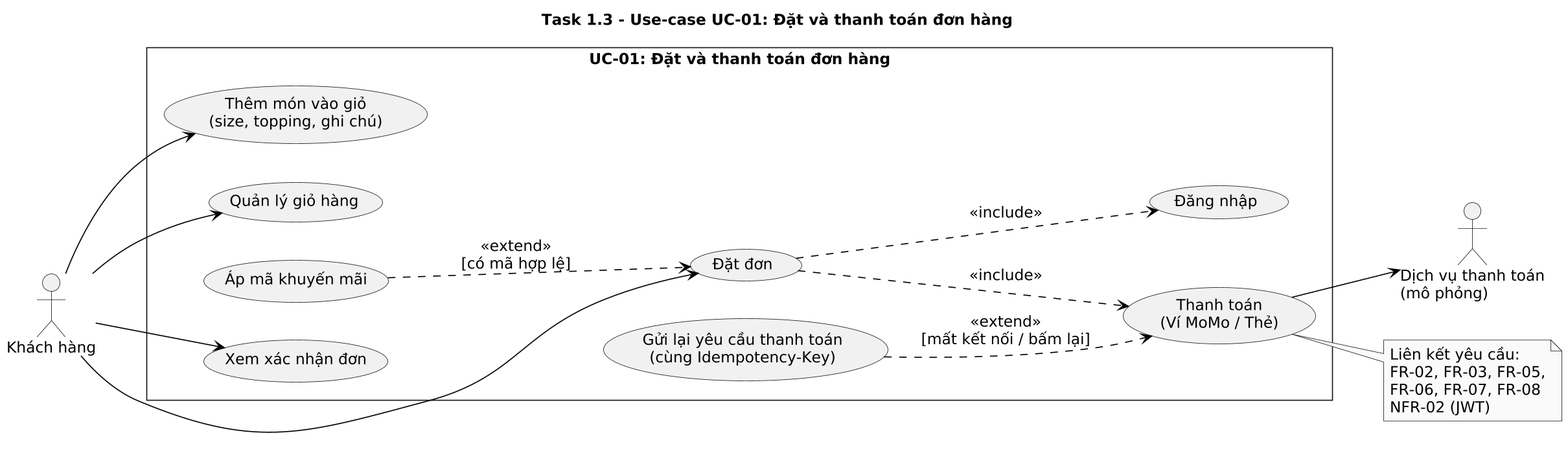
Before: docs/diagrams/Task1_3_UseCase.png, a diagram exported from PlantUML (Bao3Q/PhucLong).
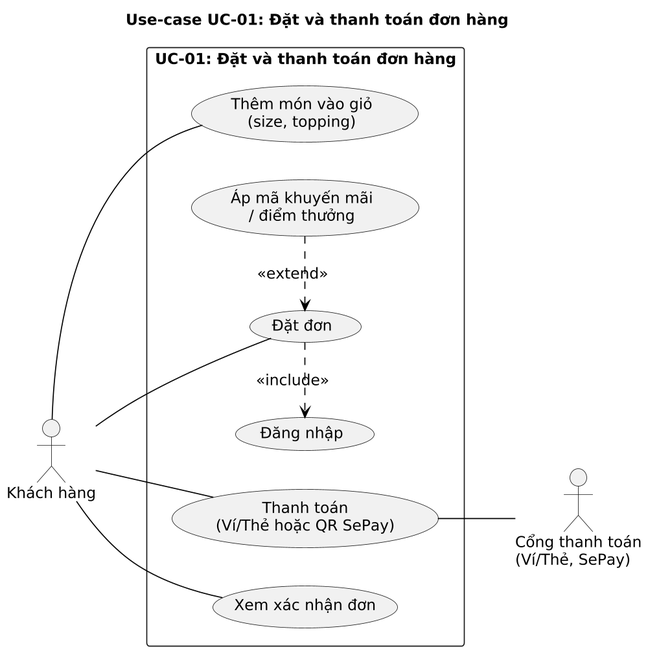
Later version of the same file.

Commit message:
docs: vẽ lại sơ đồ use-case khớp với hệ thống

Change to the diagram source:
```diff
@@ -2,7 +2,6 @@
 skinparam backgroundColor white
 skinparam monochrome true
 skinparam shadowing false
-skinparam roundCorner 0
 skinparam defaultFontName DejaVu Sans
 skinparam defaultFontSize 14
 skinparam ArrowColor black
@@ -10,37 +9,27 @@
 skinparam packageStyle rectangle
 left to right direction
 
-title Task 1.3 - Use-case UC-01: Đặt và thanh toán đơn hàng
+title Use-case UC-01: Đặt và thanh toán đơn hàng
 
 actor "Khách hàng" as KH
-actor "Dịch vụ thanh toán\n(mô phỏng)" as PAY
 
 rectangle "UC-01: Đặt và thanh toán đơn hàng" {
-  usecase "Thêm món vào giỏ\n(size, topping, ghi chú)" as ADD
-  usecase "Quản lý giỏ hàng" as CART
+  usecase "Thêm món vào giỏ\n(size, topping)" as ADD
+  usecase "Áp mã khuyến mãi\n/ điểm thưởng" as PROMO
   usecase "Đặt đơn" as ORDER
   usecase "Đăng nhập" as LOGIN
-  usecase "Thanh toán\n(Ví MoMo / Thẻ)" as PAYUC
-  usecase "Áp mã khuyến mãi" as PROMO
-  usecase "Gửi lại yêu cầu thanh toán\n(cùng Idempotency-Key)" as RETRY
+  usecase "Thanh toán\n(Ví/Thẻ hoặc QR SePay)" as PAYUC
   usecase "Xem xác nhận đơn" as CONFIRM
 }
 
-KH --> ADD
-KH --> CART
-KH --> ORDER
-KH --> CONFIRM
-PAYUC --> PAY
+actor "Cổng thanh toán\n(Ví/Thẻ, SePay)" as PAY
 
-ORDER ..> LOGIN : <<include>>
-ORDER ..> PAYUC : <<include>>
-PROMO ..> ORDER : <<extend>>\n[có mã hợp lệ]
-RETRY ..> PAYUC : <<extend>>\n[mất kết nối / bấm lại]
+KH -- ADD
+KH -- ORDER
+KH -- PAYUC
+KH -- CONFIRM
 
-note right of PAYUC
-  Liên kết yêu cầu:
-  FR-02, FR-03, FR-05,
-  FR-06, FR-07, FR-08
-  NFR-02 (JWT)
-end note
+PROMO .[norank].> ORDER : <<extend>>
+ORDER .[norank].> LOGIN : <<include>>
+PAYUC -- PAY
 @enduml
```
